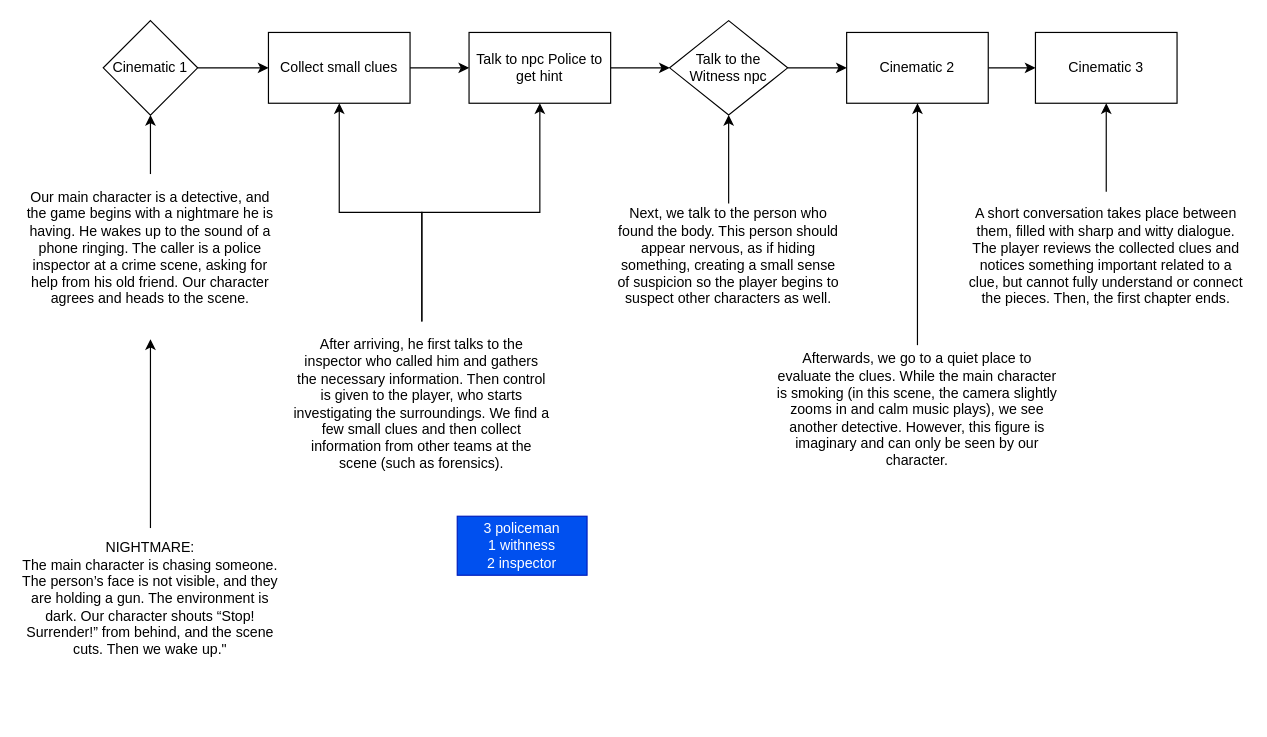
Earlier version of the draw.io diagram Assets/Charts/Timeline Level 1.drawio (Yusuf003007/FIFTH-CASE). Source tidied: cells renumbered, new cells numbered last; positions are measured from the earlier drawing's top-left corner, leaving out a move shared by most shapes. Both pictures are drawn from the tidied source at 118%, with x=0, y=0 at pixel (20, 20).
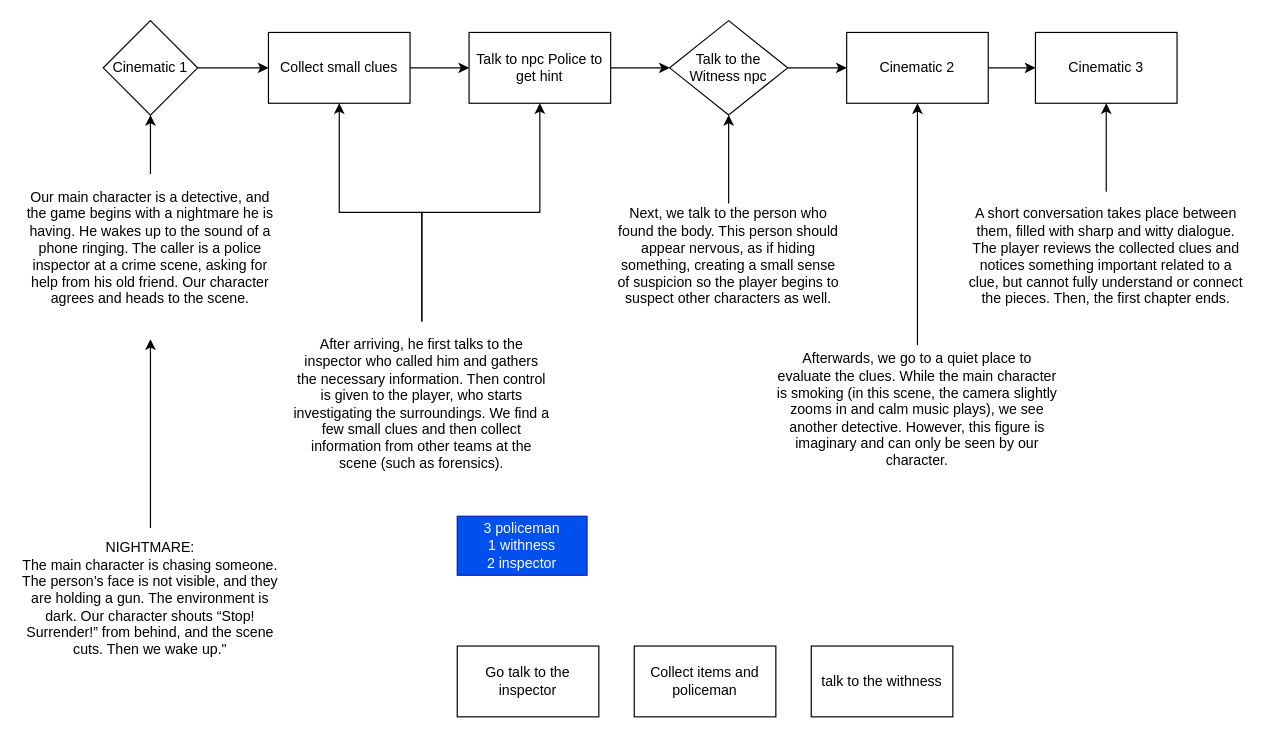
After the change.

What changed in the source:
```diff
@@
+    <mxCell id="27" value="Go talk to the inspector" style="rounded=0;whiteSpace=wrap;html=1;" parent="1" vertex="1">
+      <mxGeometry x="370" y="530" width="120" height="60" as="geometry" />
+    </mxCell>
+    <mxCell id="28" value="Collect items and policeman" style="rounded=0;whiteSpace=wrap;html=1;" parent="1" vertex="1">
+      <mxGeometry x="520" y="530" width="120" height="60" as="geometry" />
+    </mxCell>
+    <mxCell id="29" value="talk to the withness" style="rounded=0;whiteSpace=wrap;html=1;" parent="1" vertex="1">
+      <mxGeometry x="670" y="530" width="120" height="60" as="geometry" />
+    </mxCell>
```
